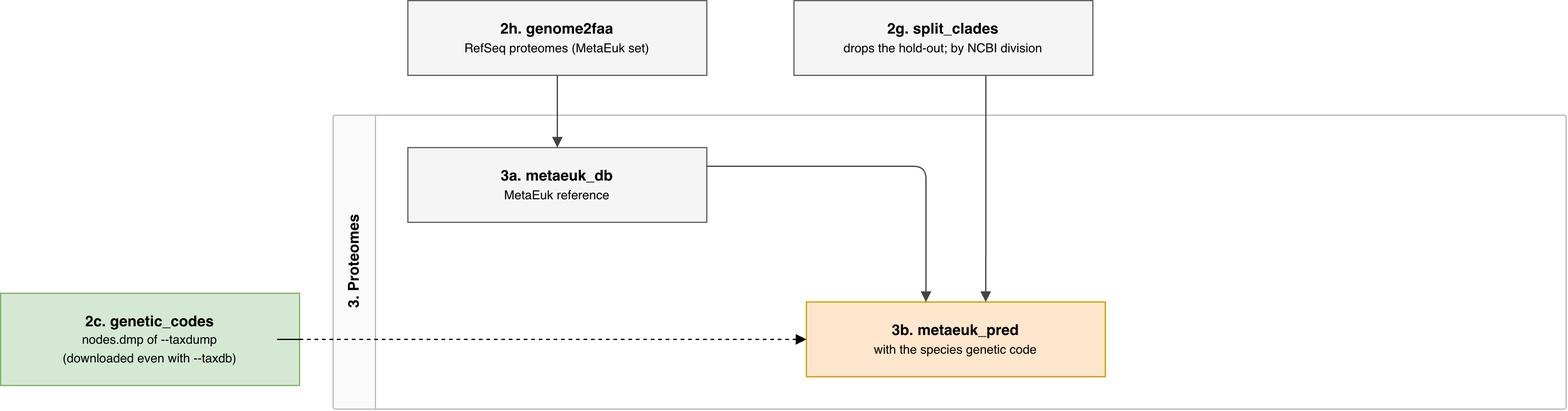
Before: assets/step_3.png, a diagram exported from draw.io (EBI-Metagenomics/eukcc_db). Source tidied: cells renumbered, new cells last; positions are measured from the earlier drawing's top-left corner, leaving out a move shared by most shapes.
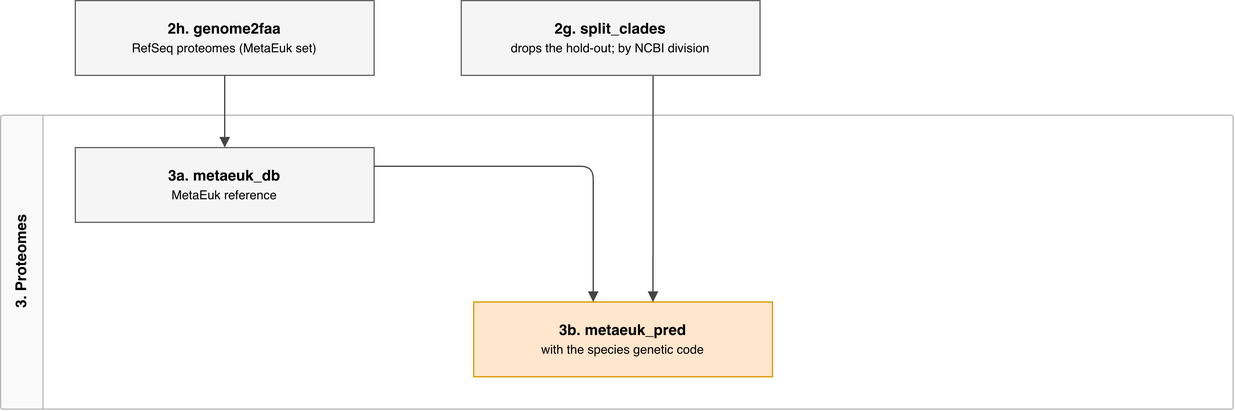
The same file after the commit.

Commit message:
remove custom genetic code to have the same logic as eukcc cli

Change to the diagram source:
```diff
@@ -5,36 +5,26 @@
     <mxCell id="2" value="3. Proteomes" style="swimlane;horizontal=0;html=1;startSize=34;fillColor=#fafafa;strokeColor=#bbbbbb;fontStyle=1;fontSize=12;swimlaneFillColor=none;rounded=1;arcSize=2;" parent="1" vertex="1">
       <mxGeometry x="267" y="92" width="990" height="236" as="geometry" />
     </mxCell>
-    <mxCell id="3" value="&lt;b&gt;2c. genetic_codes&lt;/b&gt;&lt;br&gt;&lt;font style=&quot;font-size:10px&quot;&gt;nodes.dmp of --taxdump&lt;br&gt;(downloaded even with --taxdb)&lt;/font&gt;" style="rounded=0;whiteSpace=wrap;html=1;fontSize=12;fillColor=#d5e8d4;strokeColor=#82b366;" parent="1" vertex="1">
-      <mxGeometry y="235" width="240" height="74" as="geometry" />
+    <mxCell id="3" value="&lt;b&gt;2h. genome2faa&lt;/b&gt;&lt;br&gt;&lt;font style=&quot;font-size:10px&quot;&gt;RefSeq proteomes (MetaEuk set)&lt;/font&gt;" style="rounded=0;whiteSpace=wrap;html=1;fontSize=12;fillColor=#f5f5f5;strokeColor=#666666;" parent="1" vertex="1">
+      <mxGeometry x="327" width="240" height="60" as="geometry" />
     </mxCell>
-    <mxCell id="4" value="&lt;b&gt;2h. genome2faa&lt;/b&gt;&lt;br&gt;&lt;font style=&quot;font-size:10px&quot;&gt;RefSeq proteomes (MetaEuk set)&lt;/font&gt;" style="rounded=0;whiteSpace=wrap;html=1;fontSize=12;fillColor=#f5f5f5;strokeColor=#666666;" parent="1" vertex="1">
-      <mxGeometry x="327" width="240" height="60" as="geometry" />
+    <mxCell id="4" value="&lt;b&gt;2g. split_clades&lt;/b&gt;&lt;br&gt;&lt;font style=&quot;font-size:10px&quot;&gt;drops the hold-out; by NCBI division&lt;/font&gt;" style="rounded=0;whiteSpace=wrap;html=1;fontSize=12;fillColor=#f5f5f5;strokeColor=#666666;" parent="1" vertex="1">
+      <mxGeometry x="637" width="240" height="60" as="geometry" />
     </mxCell>
-    <mxCell id="5" value="&lt;b&gt;2g. split_clades&lt;/b&gt;&lt;br&gt;&lt;font style=&quot;font-size:10px&quot;&gt;drops the hold-out; by NCBI division&lt;/font&gt;" style="rounded=0;whiteSpace=wrap;html=1;fontSize=12;fillColor=#f5f5f5;strokeColor=#666666;" parent="1" vertex="1">
-      <mxGeometry x="637" width="240" height="60" as="geometry" />
+    <mxCell id="5" value="&lt;b&gt;3a. metaeuk_db&lt;/b&gt;&lt;br&gt;&lt;font style=&quot;font-size:10px&quot;&gt;MetaEuk reference&lt;/font&gt;" style="rounded=0;whiteSpace=wrap;html=1;fontSize=12;fillColor=#f5f5f5;strokeColor=#666666;" parent="1" vertex="1">
+      <mxGeometry x="327" y="118" width="240" height="60" as="geometry" />
     </mxCell>
-    <mxCell id="6" value="&lt;b&gt;3a. metaeuk_db&lt;/b&gt;&lt;br&gt;&lt;font style=&quot;font-size:10px&quot;&gt;MetaEuk reference&lt;/font&gt;" style="rounded=0;whiteSpace=wrap;html=1;fontSize=12;fillColor=#f5f5f5;strokeColor=#666666;" parent="1" vertex="1">
-      <mxGeometry x="327" y="118" width="240" height="60" as="geometry" />
+    <mxCell id="6" value="&lt;b&gt;3b. metaeuk_pred&lt;/b&gt;&lt;br&gt;&lt;font style=&quot;font-size:10px&quot;&gt;with the species genetic code&lt;/font&gt;" style="rounded=0;whiteSpace=wrap;html=1;fontSize=12;fillColor=#ffe6cc;strokeColor=#d79b00;" parent="1" vertex="1">
+      <mxGeometry x="647" y="242" width="240" height="60" as="geometry" />
     </mxCell>
-    <mxCell id="7" value="&lt;b&gt;3b. metaeuk_pred&lt;/b&gt;&lt;br&gt;&lt;font style=&quot;font-size:10px&quot;&gt;with the species genetic code&lt;/font&gt;" style="rounded=0;whiteSpace=wrap;html=1;fontSize=12;fillColor=#ffe6cc;strokeColor=#d79b00;" parent="1" vertex="1">
-      <mxGeometry x="647" y="242" width="240" height="60" as="geometry" />
+    <mxCell id="7" style="edgeStyle=none;rounded=1;html=1;endArrow=block;endFill=1;strokeColor=#444444;fontSize=10;exitX=0.5000;exitY=1.0000;exitDx=0;exitDy=0;entryX=0.5000;entryY=0.0000;entryDx=0;entryDy=0;labelBackgroundColor=#ffffff;" parent="1" edge="1" source="3" target="5">
+      <mxGeometry relative="1" as="geometry" />
     </mxCell>
-    <mxCell id="8" style="edgeStyle=none;rounded=1;html=1;endArrow=block;endFill=1;strokeColor=#444444;fontSize=10;exitX=0.5000;exitY=1.0000;exitDx=0;exitDy=0;entryX=0.5000;entryY=0.0000;entryDx=0;entryDy=0;labelBackgroundColor=#ffffff;" parent="1" edge="1" source="4" target="6">
-      <mxGeometry relative="1" as="geometry" />
+    <mxCell id="8" style="edgeStyle=orthogonalEdgeStyle;rounded=1;html=1;endArrow=block;endFill=1;strokeColor=#444444;fontSize=10;entryX=0.6000;entryY=0.0000;entryDx=0;entryDy=0;labelBackgroundColor=#ffffff;exitX=0.642;exitY=1.005;exitDx=0;exitDy=0;exitPerimeter=0;" parent="1" edge="1" source="4" target="6">
+      <mxGeometry x="-0.21" relative="1" as="geometry" />
     </mxCell>
-    <mxCell id="9" style="edgeStyle=orthogonalEdgeStyle;rounded=1;html=1;endArrow=block;endFill=1;strokeColor=#444444;fontSize=10;entryX=0.6000;entryY=0.0000;entryDx=0;entryDy=0;labelBackgroundColor=#ffffff;exitX=0.642;exitY=1.005;exitDx=0;exitDy=0;exitPerimeter=0;" parent="1" edge="1" source="5" target="7">
-      <mxGeometry x="-0.21" relative="1" as="geometry" />
+    <mxCell id="9" style="edgeStyle=orthogonalEdgeStyle;rounded=1;html=1;endArrow=block;endFill=1;strokeColor=#444444;fontSize=10;exitX=1;exitY=0.25;exitDx=0;exitDy=0;entryX=0.4000;entryY=0.0000;entryDx=0;entryDy=0;labelBackgroundColor=#ffffff;" parent="1" edge="1" source="5" target="6">
+      <mxGeometry relative="1" as="geometry" />
     </mxCell>
-    <mxCell id="10" style="edgeStyle=orthogonalEdgeStyle;rounded=1;html=1;endArrow=block;endFill=1;strokeColor=#444444;fontSize=10;exitX=1;exitY=0.25;exitDx=0;exitDy=0;entryX=0.4000;entryY=0.0000;entryDx=0;entryDy=0;labelBackgroundColor=#ffffff;" parent="1" edge="1" source="6" target="7">
-      <mxGeometry relative="1" as="geometry" />
-    </mxCell>
-    <mxCell id="11" style="rounded=1;html=1;endArrow=block;endFill=1;strokeColor=light-dark(#000000, #446e2c);fontSize=10;exitX=1.0000;exitY=0.5000;exitDx=0;exitDy=0;entryX=0.0000;entryY=0.5000;entryDx=0;entryDy=0;dashed=1;labelBackgroundColor=#ffffff;edgeStyle=orthogonalEdgeStyle;fillColor=#d5e8d4;" parent="1" edge="1" source="3" target="7">
-      <mxGeometry relative="1" as="geometry">
-        <Array as="points">
-          <mxPoint x="217" y="272" />
-        </Array>
-      </mxGeometry>
-    </mxCell>
   </root>
 </mxGraphModel>
```
